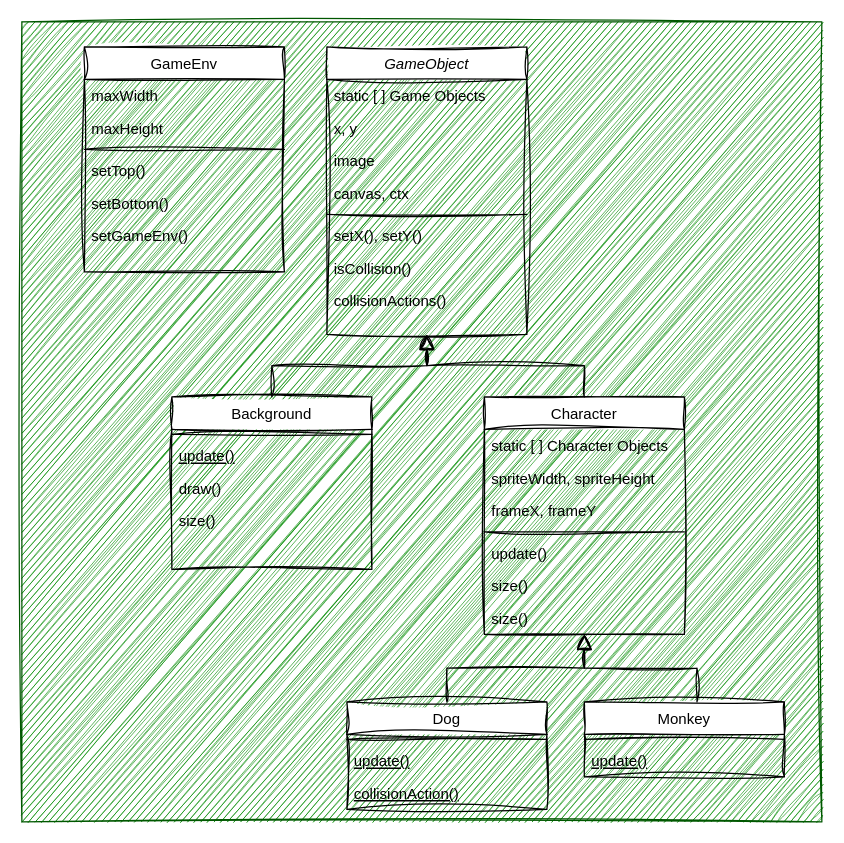
Above: design/alienWorld/gameDiagram.drawio in xinjiav3/NileBrownGame (draw.io), before the change. Source tidied: cells renumbered, new cells numbered last; positions are measured from the earlier drawing's top-left corner, leaving out a move shared by most shapes. Both pictures are drawn from the tidied source at 125%, with x=0, y=0 at pixel (21, 21).
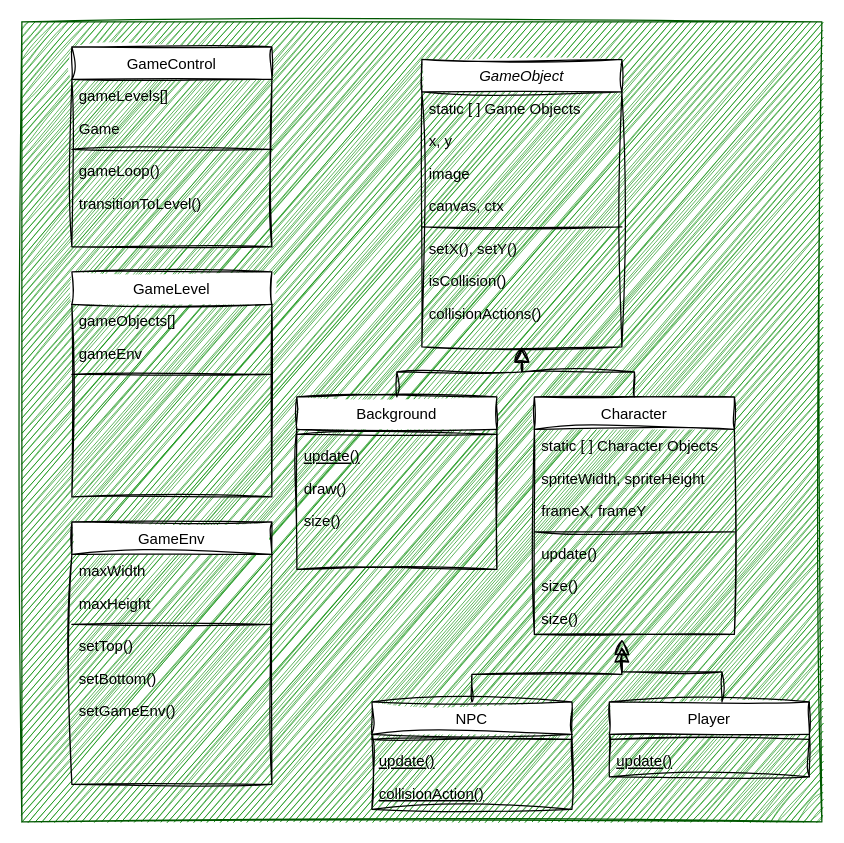
Above is the later version.

Unchanged cells that the change refers to:
```xml
<mxCell id="25" value="size()" style="text;align=left;verticalAlign=top;spacingLeft=4;spacingRight=4;overflow=hidden;points=[[0,0.5],[1,0.5]];portConstraint=eastwest;sketch=1;curveFitting=1;jiggle=2;rounded=0;" parent="18" vertex="1">
  <mxGeometry y="164" width="160" height="26" as="geometry" />
</mxCell>
```

The edit, as a diff of the source:
```diff
@@
     <mxCell id="3" value="GameObject" style="swimlane;fontStyle=2;align=center;verticalAlign=top;horizontal=1;startSize=26;rounded=0;shadow=0;strokeWidth=1;sketch=1;curveFitting=1;jiggle=2;" parent="1" vertex="1">
-      <mxGeometry x="244" y="20" width="160" height="230" as="geometry" />
+      <mxGeometry x="320" y="30" width="160" height="230" as="geometry" />
     </mxCell>
@@
     <mxCell id="12" value="Background" style="swimlane;fontStyle=0;align=center;verticalAlign=top;horizontal=1;startSize=26;rounded=0;shadow=0;strokeWidth=1;sketch=1;curveFitting=1;jiggle=2;" parent="1" vertex="1">
-      <mxGeometry x="120" y="300" width="160" height="138" as="geometry" />
+      <mxGeometry x="220" y="300" width="160" height="138" as="geometry" />
     </mxCell>
@@
     <mxCell id="18" value="Character" style="swimlane;fontStyle=0;align=center;verticalAlign=top;horizontal=1;startSize=26;rounded=0;shadow=0;strokeWidth=1;sketch=1;curveFitting=1;jiggle=2;" parent="1" vertex="1">
-      <mxGeometry x="370" y="300" width="160" height="190" as="geometry" />
+      <mxGeometry x="410" y="300" width="160" height="190" as="geometry" />
     </mxCell>
@@
-    <mxCell id="27" value="GameEnv" style="swimlane;fontStyle=0;align=center;verticalAlign=top;horizontal=1;startSize=26;rounded=0;shadow=0;strokeWidth=1;sketch=1;curveFitting=1;jiggle=2;" parent="1" vertex="1">
-      <mxGeometry x="50" y="20" width="160" height="180" as="geometry" />
+    <mxCell id="27" value="GameControl" style="swimlane;fontStyle=0;align=center;verticalAlign=top;horizontal=1;startSize=26;rounded=0;shadow=0;strokeWidth=1;sketch=1;curveFitting=1;jiggle=2;" parent="1" vertex="1">
+      <mxGeometry x="40" y="20" width="160" height="160" as="geometry" />
     </mxCell>
-    <mxCell id="28" value="maxWidth" style="text;align=left;verticalAlign=top;spacingLeft=4;spacingRight=4;overflow=hidden;sketch=1;curveFitting=1;jiggle=2;rounded=0;" parent="27" vertex="1">
+    <mxCell id="28" value="gameLevels[]" style="text;align=left;verticalAlign=top;spacingLeft=4;spacingRight=4;overflow=hidden;sketch=1;curveFitting=1;jiggle=2;rounded=0;" parent="27" vertex="1">
       <mxGeometry y="26" width="160" height="26" as="geometry" />
     </mxCell>
-    <mxCell id="29" value="maxHeight" style="text;align=left;verticalAlign=top;spacingLeft=4;spacingRight=4;overflow=hidden;sketch=1;curveFitting=1;jiggle=2;rounded=0;" parent="27" vertex="1">
+    <mxCell id="29" value="Game" style="text;align=left;verticalAlign=top;spacingLeft=4;spacingRight=4;overflow=hidden;sketch=1;curveFitting=1;jiggle=2;rounded=0;" parent="27" vertex="1">
       <mxGeometry y="52" width="160" height="26" as="geometry" />
     </mxCell>
@@
-    <mxCell id="31" value="setTop()" style="text;align=left;verticalAlign=top;spacingLeft=4;spacingRight=4;overflow=hidden;sketch=1;curveFitting=1;jiggle=2;rounded=0;" parent="27" vertex="1">
+    <mxCell id="31" value="gameLoop()" style="text;align=left;verticalAlign=top;spacingLeft=4;spacingRight=4;overflow=hidden;sketch=1;curveFitting=1;jiggle=2;rounded=0;" parent="27" vertex="1">
       <mxGeometry y="86" width="160" height="26" as="geometry" />
     </mxCell>
-    <mxCell id="32" value="setBottom()" style="text;align=left;verticalAlign=top;spacingLeft=4;spacingRight=4;overflow=hidden;sketch=1;curveFitting=1;jiggle=2;rounded=0;" parent="27" vertex="1">
-      <mxGeometry y="112" width="160" height="26" as="geometry" />
-    </mxCell>
-    <mxCell id="33" value="setGameEnv()" style="text;align=left;verticalAlign=top;spacingLeft=4;spacingRight=4;overflow=hidden;sketch=1;curveFitting=1;jiggle=2;rounded=0;" parent="27" vertex="1">
-      <mxGeometry y="138" width="160" height="26" as="geometry" />
+    <mxCell id="33" value="transitionToLevel()" style="text;align=left;verticalAlign=top;spacingLeft=4;spacingRight=4;overflow=hidden;sketch=1;curveFitting=1;jiggle=2;rounded=0;" parent="27" vertex="1">
+      <mxGeometry y="112" width="160" height="26" as="geometry" />
     </mxCell>
-    <mxCell id="34" value="Dog" style="swimlane;fontStyle=0;align=center;verticalAlign=top;horizontal=1;startSize=26;rounded=0;shadow=0;strokeWidth=1;sketch=1;curveFitting=1;jiggle=2;" parent="1" vertex="1">
-      <mxGeometry x="260" y="544" width="160" height="86" as="geometry" />
+    <mxCell id="34" value="NPC" style="swimlane;fontStyle=0;align=center;verticalAlign=top;horizontal=1;startSize=26;rounded=0;shadow=0;strokeWidth=1;sketch=1;curveFitting=1;jiggle=2;" parent="1" vertex="1">
+      <mxGeometry x="280" y="544" width="160" height="86" as="geometry" />
     </mxCell>
@@
-    <mxCell id="38" value="Monkey" style="swimlane;fontStyle=0;align=center;verticalAlign=top;horizontal=1;startSize=26;rounded=0;shadow=0;strokeWidth=1;sketch=1;curveFitting=1;jiggle=2;" parent="1" vertex="1">
-      <mxGeometry x="450" y="544" width="160" height="60" as="geometry" />
+    <mxCell id="38" value="Player" style="swimlane;fontStyle=0;align=center;verticalAlign=top;horizontal=1;startSize=26;rounded=0;shadow=0;strokeWidth=1;sketch=1;curveFitting=1;jiggle=2;" parent="1" vertex="1">
+      <mxGeometry x="470" y="544" width="160" height="60" as="geometry" />
     </mxCell>
@@
     <mxCell id="41" style="endArrow=block;endSize=10;endFill=0;shadow=0;strokeWidth=1;rounded=0;edgeStyle=elbowEdgeStyle;elbow=vertical;sketch=1;curveFitting=1;jiggle=2;exitX=0.5;exitY=0;exitDx=0;exitDy=0;" parent="1" edge="1" source="34">
       <mxGeometry relative="1" as="geometry">
-        <mxPoint x="450" y="490" as="targetPoint" />
+        <mxPoint x="480" y="500" as="targetPoint" />
       </mxGeometry>
     </mxCell>
-    <mxCell id="42" style="endArrow=block;endSize=10;endFill=0;shadow=0;strokeWidth=1;rounded=0;edgeStyle=elbowEdgeStyle;elbow=vertical;sketch=1;curveFitting=1;jiggle=2;exitX=0.563;exitY=0;exitDx=0;exitDy=0;exitPerimeter=0;" parent="1" edge="1" source="38">
+    <mxCell id="42" style="endArrow=block;endSize=10;endFill=0;shadow=0;strokeWidth=1;rounded=0;edgeStyle=elbowEdgeStyle;elbow=vertical;sketch=1;curveFitting=1;jiggle=2;exitX=0.563;exitY=0;exitDx=0;exitDy=0;exitPerimeter=0;entryX=0.438;entryY=1.154;entryDx=0;entryDy=0;entryPerimeter=0;" parent="1" edge="1" source="38" target="25">
       <mxGeometry relative="1" as="geometry">
-        <mxPoint x="450" y="490" as="targetPoint" />
+        <Array as="points">
+          <mxPoint x="470" y="520" />
+        </Array>
       </mxGeometry>
     </mxCell>
+    <mxCell id="43" value="GameEnv" style="swimlane;fontStyle=0;align=center;verticalAlign=top;horizontal=1;startSize=26;rounded=0;shadow=0;strokeWidth=1;sketch=1;curveFitting=1;jiggle=2;" parent="1" vertex="1">
+      <mxGeometry x="40" y="400" width="160" height="210" as="geometry" />
+    </mxCell>
+    <mxCell id="44" value="maxWidth" style="text;align=left;verticalAlign=top;spacingLeft=4;spacingRight=4;overflow=hidden;sketch=1;curveFitting=1;jiggle=2;rounded=0;" parent="43" vertex="1">
+      <mxGeometry y="26" width="160" height="26" as="geometry" />
+    </mxCell>
+    <mxCell id="45" value="maxHeight" style="text;align=left;verticalAlign=top;spacingLeft=4;spacingRight=4;overflow=hidden;sketch=1;curveFitting=1;jiggle=2;rounded=0;" parent="43" vertex="1">
+      <mxGeometry y="52" width="160" height="26" as="geometry" />
+    </mxCell>
+    <mxCell id="46" style="line;html=1;strokeWidth=1;align=left;verticalAlign=middle;spacingTop=-1;spacingLeft=3;spacingRight=3;labelPosition=right;sketch=1;curveFitting=1;jiggle=2;rounded=0;" parent="43" vertex="1">
+      <mxGeometry y="78" width="160" height="8" as="geometry" />
+    </mxCell>
+    <mxCell id="47" value="setTop()" style="text;align=left;verticalAlign=top;spacingLeft=4;spacingRight=4;overflow=hidden;sketch=1;curveFitting=1;jiggle=2;rounded=0;" parent="43" vertex="1">
+      <mxGeometry y="86" width="160" height="26" as="geometry" />
+    </mxCell>
+    <mxCell id="32" value="setBottom()" style="text;align=left;verticalAlign=top;spacingLeft=4;spacingRight=4;overflow=hidden;sketch=1;curveFitting=1;jiggle=2;rounded=0;" parent="43" vertex="1">
+      <mxGeometry y="112" width="160" height="26" as="geometry" />
+    </mxCell>
+    <mxCell id="48" value="setGameEnv()" style="text;align=left;verticalAlign=top;spacingLeft=4;spacingRight=4;overflow=hidden;sketch=1;curveFitting=1;jiggle=2;rounded=0;" parent="43" vertex="1">
+      <mxGeometry y="138" width="160" height="26" as="geometry" />
+    </mxCell>
+    <mxCell id="49" value="GameLevel" style="swimlane;fontStyle=0;align=center;verticalAlign=top;horizontal=1;startSize=26;rounded=0;shadow=0;strokeWidth=1;sketch=1;curveFitting=1;jiggle=2;" parent="1" vertex="1">
+      <mxGeometry x="40" y="200" width="160" height="180" as="geometry" />
+    </mxCell>
+    <mxCell id="50" value="gameObjects[]" style="text;align=left;verticalAlign=top;spacingLeft=4;spacingRight=4;overflow=hidden;sketch=1;curveFitting=1;jiggle=2;rounded=0;" parent="49" vertex="1">
+      <mxGeometry y="26" width="160" height="26" as="geometry" />
+    </mxCell>
+    <mxCell id="51" value="gameEnv" style="text;align=left;verticalAlign=top;spacingLeft=4;spacingRight=4;overflow=hidden;sketch=1;curveFitting=1;jiggle=2;rounded=0;" parent="49" vertex="1">
+      <mxGeometry y="52" width="160" height="26" as="geometry" />
+    </mxCell>
+    <mxCell id="52" style="line;html=1;strokeWidth=1;align=left;verticalAlign=middle;spacingTop=-1;spacingLeft=3;spacingRight=3;labelPosition=right;sketch=1;curveFitting=1;jiggle=2;rounded=0;" parent="49" vertex="1">
+      <mxGeometry y="78" width="160" height="8" as="geometry" />
+    </mxCell>
```
